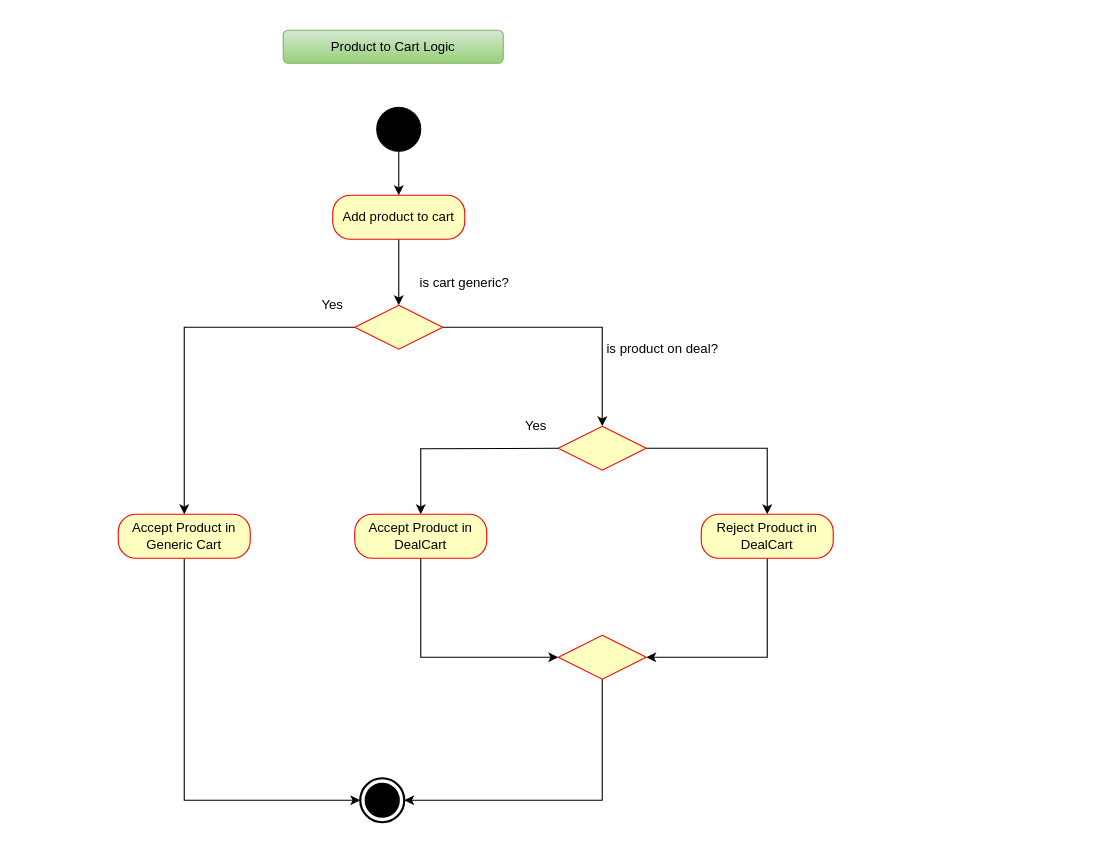
Before: page "UML Activity Diagram" (14 of 14) of java/diagrams/java-workflow.drawio in aukokyong/jfs-master, a draw.io diagram. Source tidied: cells renumbered, new cells numbered last; positions are measured from the earlier drawing's top-left corner, leaving out a move shared by most shapes. Both pictures are drawn from the tidied source at 110%, with x=0, y=0 at pixel (118, 30).
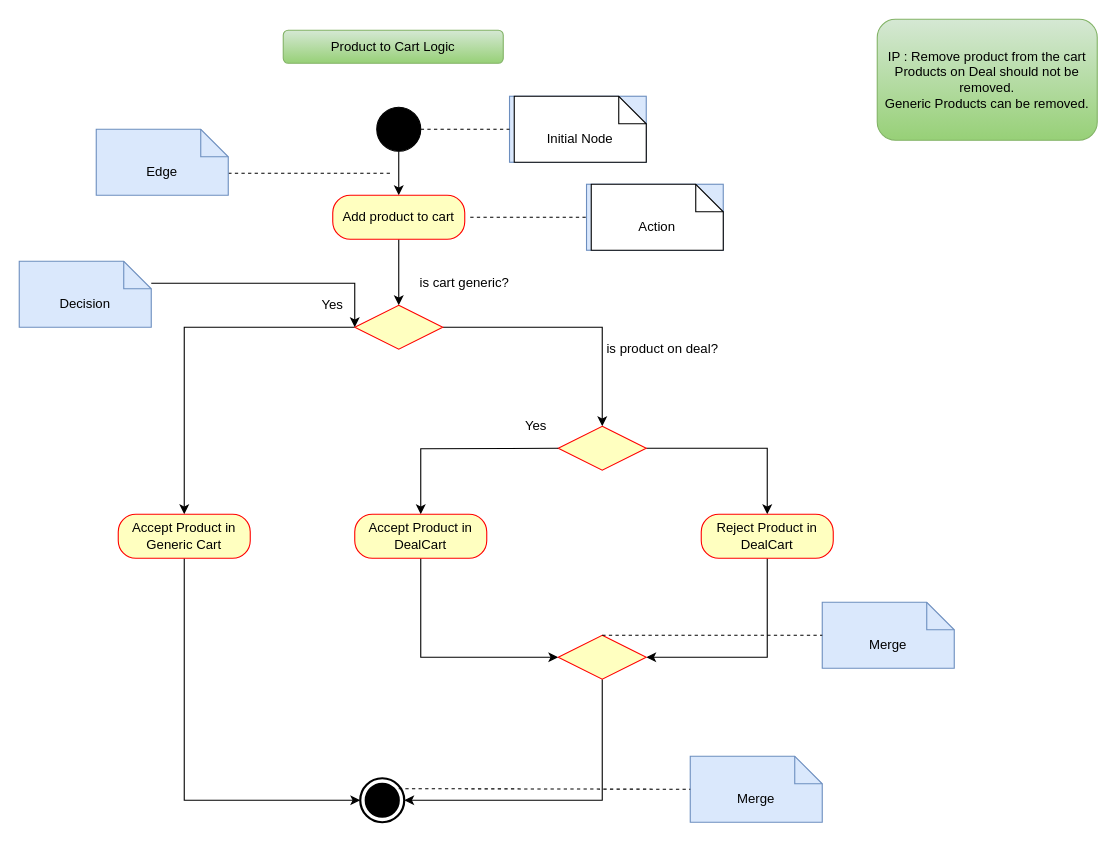
Above is the later version.

The change refers to these unchanged cells:
```xml
<mxCell id="4" style="shape=ellipse;html=1;fillColor=#000000;fontSize=18;fontColor=#ffffff;" parent="1" vertex="1">
  <mxGeometry x="235" y="70" width="40" height="40" as="geometry" />
</mxCell>
<mxCell id="9" style="rhombus;whiteSpace=wrap;html=1;fillColor=#ffffc0;strokeColor=#ff0000;" parent="1" vertex="1">
  <mxGeometry x="215" y="250" width="80" height="40" as="geometry" />
</mxCell>
<mxCell id="24" style="rhombus;whiteSpace=wrap;html=1;fillColor=#ffffc0;strokeColor=#ff0000;" parent="1" vertex="1">
  <mxGeometry x="400" y="550" width="80" height="40" as="geometry" />
</mxCell>
```

Diff of the diagram source:
```diff
@@
+    <mxCell id="26" style="endArrow=none;dashed=1;html=1;" parent="1" edge="1">
+      <mxGeometry relative="1" as="geometry">
+        <mxPoint x="100" y="130" as="sourcePoint" />
+        <mxPoint x="250" y="130" as="targetPoint" />
+      </mxGeometry>
+    </mxCell>
+    <mxCell id="27" value="Edge" style="shape=note2;boundedLbl=1;whiteSpace=wrap;html=1;size=25;verticalAlign=top;align=center;fillColor=#dae8fc;strokeColor=#6c8ebf;" parent="1" vertex="1">
+      <mxGeometry x="-20" y="90" width="120" height="60" as="geometry" />
+    </mxCell>
+    <mxCell id="28" style="group;fillColor=#dae8fc;strokeColor=#6c8ebf;" parent="1" vertex="1">
+      <mxGeometry x="355.7" y="60" width="124.3" height="60" as="geometry" />
+    </mxCell>
+    <mxCell id="29" style="group;" parent="28" vertex="1">
+      <mxGeometry width="124.3" height="60" as="geometry" />
+    </mxCell>
+    <mxCell id="30" style="endArrow=none;dashed=1;html=1;" parent="29" edge="1" source="4">
+      <mxGeometry relative="1" as="geometry">
+        <mxPoint y="30" as="targetPoint" />
+      </mxGeometry>
+    </mxCell>
+    <mxCell id="31" value="Initial Node" style="shape=note2;boundedLbl=1;whiteSpace=wrap;html=1;size=25;verticalAlign=top;align=center;" parent="29" vertex="1">
+      <mxGeometry x="4.3" width="120" height="60" as="geometry" />
+    </mxCell>
+    <mxCell id="32" style="group;fillColor=#dae8fc;strokeColor=#6c8ebf;" parent="1" vertex="1">
+      <mxGeometry x="425.7" y="140" width="124.3" height="60" as="geometry" />
+    </mxCell>
+    <mxCell id="33" style="group;" parent="32" vertex="1">
+      <mxGeometry width="124.3" height="60" as="geometry" />
+    </mxCell>
+    <mxCell id="34" style="endArrow=none;dashed=1;html=1;" parent="33" edge="1">
+      <mxGeometry relative="1" as="geometry">
+        <mxPoint x="-105.7" y="30" as="sourcePoint" />
+        <mxPoint y="30" as="targetPoint" />
+      </mxGeometry>
+    </mxCell>
+    <mxCell id="35" value="Action" style="shape=note2;boundedLbl=1;whiteSpace=wrap;html=1;size=25;verticalAlign=top;align=center;" parent="33" vertex="1">
+      <mxGeometry x="4.3" width="120" height="60" as="geometry" />
+    </mxCell>
+    <mxCell id="36" style="edgeStyle=orthogonalEdgeStyle;rounded=0;jettySize=auto;html=1;entryX=0;entryY=0.5;entryDx=0;entryDy=0;" parent="1" edge="1" source="37" target="9">
+      <mxGeometry relative="1" as="geometry">
+        <Array as="points">
+          <mxPoint x="215" y="230" />
+        </Array>
+      </mxGeometry>
+    </mxCell>
+    <mxCell id="37" value="Decision" style="shape=note2;boundedLbl=1;whiteSpace=wrap;html=1;size=25;verticalAlign=top;align=center;fillColor=#dae8fc;strokeColor=#6c8ebf;" parent="1" vertex="1">
+      <mxGeometry x="-90" y="210" width="120" height="60" as="geometry" />
+    </mxCell>
+    <mxCell id="38" style="group;" parent="1" vertex="1">
+      <mxGeometry x="570" y="300" width="124.3" height="60" as="geometry" />
+    </mxCell>
+    <mxCell id="39" style="group;" parent="38" vertex="1">
+      <mxGeometry width="124.3" height="60" as="geometry" />
+    </mxCell>
+    <mxCell id="40" value="Merge" style="shape=note2;boundedLbl=1;whiteSpace=wrap;html=1;size=25;verticalAlign=top;align=center;fillColor=#dae8fc;strokeColor=#6c8ebf;" parent="1" vertex="1">
+      <mxGeometry x="640" y="520" width="120" height="60" as="geometry" />
+    </mxCell>
+    <mxCell id="41" style="endArrow=none;dashed=1;html=1;exitX=0.5;exitY=0;exitDx=0;exitDy=0;entryX=0;entryY=0.5;entryDx=0;entryDy=0;entryPerimeter=0;" parent="1" edge="1" source="24" target="40">
+      <mxGeometry relative="1" as="geometry" />
+    </mxCell>
+    <mxCell id="42" value="Merge" style="shape=note2;boundedLbl=1;whiteSpace=wrap;html=1;size=25;verticalAlign=top;align=center;fillColor=#dae8fc;strokeColor=#6c8ebf;" parent="1" vertex="1">
+      <mxGeometry x="520" y="660" width="120" height="60" as="geometry" />
+    </mxCell>
+    <mxCell id="43" style="endArrow=none;dashed=1;html=1;exitX=0.5;exitY=0;exitDx=0;exitDy=0;entryX=0;entryY=0.5;entryDx=0;entryDy=0;entryPerimeter=0;" parent="1" edge="1" target="42">
+      <mxGeometry relative="1" as="geometry">
+        <mxPoint x="255" y="689.5" as="sourcePoint" />
+      </mxGeometry>
+    </mxCell>
+    <mxCell id="44" value="IP : Remove product from the cart&lt;br&gt;Products on Deal should not be removed.&lt;br&gt;Generic Products can be removed." style="rounded=1;whiteSpace=wrap;html=1;fillColor=#d5e8d4;strokeColor=#82b366;gradientColor=#97d077;" parent="1" vertex="1">
+      <mxGeometry x="690" y="-10" width="200" height="110" as="geometry" />
+    </mxCell>
```
